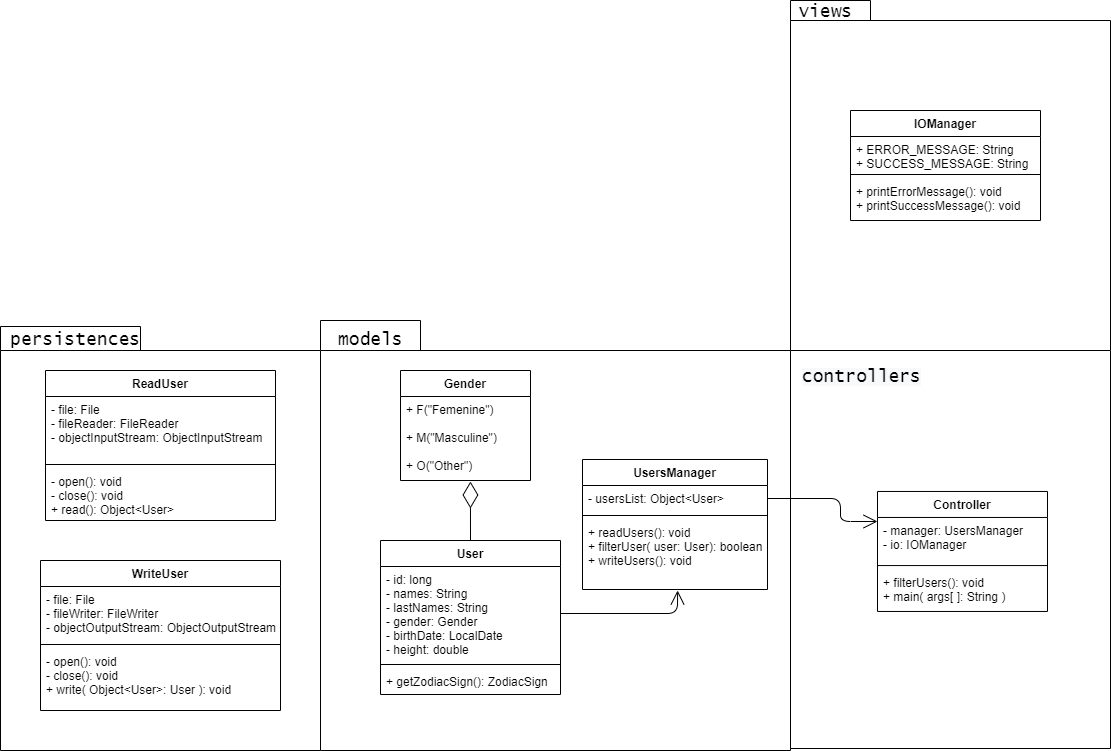
DIER10/CSVReader keeps this draw.io diagram as Diagrams/CSVReader_UML.png. Above is the earlier version. Source tidied: cells renumbered, new cells last; positions are measured from the earlier drawing's top-left corner, leaving out a move shared by most shapes. Source of this version:
```xml
<mxGraphModel>
  <root>
    <mxCell id="0" />
    <mxCell id="1" parent="0" />
    <mxCell id="2" style="group;" parent="1" vertex="1">
      <mxGeometry x="320" y="320" width="470" height="430" as="geometry" />
    </mxCell>
    <mxCell id="3" style="shape=folder;fontStyle=1;spacingTop=10;tabWidth=100;tabHeight=30;tabPosition=left;html=1;" parent="2" vertex="1">
      <mxGeometry width="470" height="430" as="geometry" />
    </mxCell>
    <mxCell id="4" value="&lt;span style=&quot;font-family: &amp;#34;lucida console&amp;#34; ; font-size: 18px&quot;&gt;models&lt;/span&gt;" style="text;html=1;align=center;verticalAlign=middle;strokeColor=none;" parent="2" vertex="1">
      <mxGeometry x="10" y="10" width="80" height="20" as="geometry" />
    </mxCell>
    <mxCell id="5" value="User" style="swimlane;fontStyle=1;align=center;verticalAlign=top;horizontal=1;startSize=26;" parent="2" vertex="1">
      <mxGeometry x="60" y="220" width="180" height="154" as="geometry" />
    </mxCell>
    <mxCell id="6" value="- id: long&#10;- names: String&#10;- lastNames: String&#10;- gender: Gender&#10;- birthDate: LocalDate&#10;- height: double" style="text;strokeColor=none;fillColor=none;align=left;verticalAlign=top;spacingLeft=4;spacingRight=4;overflow=hidden;points=[[0,0.5],[1,0.5]];portConstraint=eastwest;" parent="5" vertex="1">
      <mxGeometry y="26" width="180" height="94" as="geometry" />
    </mxCell>
    <mxCell id="7" style="line;strokeWidth=1;fillColor=none;align=left;verticalAlign=middle;spacingTop=-1;spacingLeft=3;spacingRight=3;labelPosition=right;" parent="5" vertex="1">
      <mxGeometry y="120" width="180" height="8" as="geometry" />
    </mxCell>
    <mxCell id="8" value="+ getZodiacSign(): ZodiacSign" style="text;strokeColor=none;fillColor=none;align=left;verticalAlign=top;spacingLeft=4;spacingRight=4;overflow=hidden;" parent="5" vertex="1">
      <mxGeometry y="128" width="180" height="26" as="geometry" />
    </mxCell>
    <mxCell id="9" value="Gender" style="swimlane;fontStyle=1;align=center;verticalAlign=top;horizontal=1;startSize=26;" parent="2" vertex="1">
      <mxGeometry x="80" y="50" width="130" height="110" as="geometry" />
    </mxCell>
    <mxCell id="10" value="+ F(&quot;Femenine&quot;)&#10;&#10;+ M(&quot;Masculine&quot;)&#10;&#10;+ O(&quot;Other&quot;)" style="text;strokeColor=none;fillColor=none;align=left;verticalAlign=top;spacingLeft=4;spacingRight=4;overflow=hidden;points=[[0,0.5],[1,0.5]];portConstraint=eastwest;" parent="9" vertex="1">
      <mxGeometry y="26" width="130" height="84" as="geometry" />
    </mxCell>
    <mxCell id="11" style="endArrow=diamondThin;endFill=0;endSize=24;html=1;entryX=0.538;entryY=1.012;entryDx=0;entryDy=0;entryPerimeter=0;exitX=0.5;exitY=0;exitDx=0;exitDy=0;" parent="2" edge="1" source="5" target="10">
      <mxGeometry relative="1" as="geometry" />
    </mxCell>
    <mxCell id="12" value="UsersManager" style="swimlane;fontStyle=1;align=center;verticalAlign=top;horizontal=1;startSize=26;" parent="2" vertex="1">
      <mxGeometry x="262" y="139" width="185" height="130" as="geometry" />
    </mxCell>
    <mxCell id="13" value="- usersList: Object&lt;User&gt;" style="text;strokeColor=none;fillColor=none;align=left;verticalAlign=top;spacingLeft=4;spacingRight=4;overflow=hidden;points=[[0,0.5],[1,0.5]];portConstraint=eastwest;" parent="12" vertex="1">
      <mxGeometry y="26" width="185" height="26" as="geometry" />
    </mxCell>
    <mxCell id="14" style="line;strokeWidth=1;fillColor=none;align=left;verticalAlign=middle;spacingTop=-1;spacingLeft=3;spacingRight=3;labelPosition=right;" parent="12" vertex="1">
      <mxGeometry y="52" width="185" height="8" as="geometry" />
    </mxCell>
    <mxCell id="15" value="+ readUsers(): void&#10;+ filterUser( user: User): boolean&#10;+ writeUsers(): void" style="text;strokeColor=none;fillColor=none;align=left;verticalAlign=top;spacingLeft=4;spacingRight=4;overflow=hidden;points=[[0,0.5],[1,0.5]];portConstraint=eastwest;" parent="12" vertex="1">
      <mxGeometry y="60" width="185" height="70" as="geometry" />
    </mxCell>
    <mxCell id="16" style="endArrow=open;endFill=1;endSize=12;html=1;entryX=0.514;entryY=1.014;entryDx=0;entryDy=0;entryPerimeter=0;exitX=1;exitY=0.5;exitDx=0;exitDy=0;" parent="2" edge="1" source="6" target="15">
      <mxGeometry relative="1" as="geometry">
        <Array as="points">
          <mxPoint x="357" y="293" />
        </Array>
      </mxGeometry>
    </mxCell>
    <mxCell id="17" style="group;" parent="1" vertex="1">
      <mxGeometry y="326" width="320" height="424" as="geometry" />
    </mxCell>
    <mxCell id="18" style="shape=folder;fontStyle=1;spacingTop=10;tabWidth=140;tabHeight=24;tabPosition=left;html=1;" parent="17" vertex="1">
      <mxGeometry width="320" height="424" as="geometry" />
    </mxCell>
    <mxCell id="19" value="&lt;font face=&quot;lucida console&quot;&gt;&lt;span style=&quot;font-size: 18px&quot;&gt;persistences&lt;/span&gt;&lt;/font&gt;" style="text;html=1;align=center;verticalAlign=middle;strokeColor=none;" parent="17" vertex="1">
      <mxGeometry y="4" width="150" height="20" as="geometry" />
    </mxCell>
    <mxCell id="20" value="ReadUser" style="swimlane;fontStyle=1;align=center;verticalAlign=top;horizontal=1;startSize=26;" parent="17" vertex="1">
      <mxGeometry x="45" y="44" width="230" height="150" as="geometry" />
    </mxCell>
    <mxCell id="21" value="- file: File&#10;- fileReader: FileReader&#10;- objectInputStream: ObjectInputStream" style="text;strokeColor=none;fillColor=none;align=left;verticalAlign=top;spacingLeft=4;spacingRight=4;overflow=hidden;" parent="20" vertex="1">
      <mxGeometry y="26" width="230" height="64" as="geometry" />
    </mxCell>
    <mxCell id="22" style="line;strokeWidth=1;fillColor=none;align=left;verticalAlign=middle;spacingTop=-1;spacingLeft=3;spacingRight=3;labelPosition=right;" parent="20" vertex="1">
      <mxGeometry y="90" width="230" height="8" as="geometry" />
    </mxCell>
    <mxCell id="23" value="- open(): void&#10;- close(): void&#10;+ read(): Object&lt;User&gt;" style="text;strokeColor=none;fillColor=none;align=left;verticalAlign=top;spacingLeft=4;spacingRight=4;overflow=hidden;" parent="20" vertex="1">
      <mxGeometry y="98" width="230" height="52" as="geometry" />
    </mxCell>
    <mxCell id="24" value="WriteUser" style="swimlane;fontStyle=1;align=center;verticalAlign=top;horizontal=1;startSize=26;" parent="17" vertex="1">
      <mxGeometry x="40" y="234" width="240" height="150" as="geometry" />
    </mxCell>
    <mxCell id="25" value="- file: File&#10;- fileWriter: FileWriter&#10;- objectOutputStream: ObjectOutputStream" style="text;strokeColor=none;fillColor=none;align=left;verticalAlign=top;spacingLeft=4;spacingRight=4;overflow=hidden;" parent="24" vertex="1">
      <mxGeometry y="26" width="240" height="54" as="geometry" />
    </mxCell>
    <mxCell id="26" style="line;strokeWidth=1;fillColor=none;align=left;verticalAlign=middle;spacingTop=-1;spacingLeft=3;spacingRight=3;labelPosition=right;" parent="24" vertex="1">
      <mxGeometry y="80" width="240" height="8" as="geometry" />
    </mxCell>
    <mxCell id="27" value="- open(): void&#10;- close(): void&#10;+ write( Object&lt;User&gt;: User ): void" style="text;strokeColor=none;fillColor=none;align=left;verticalAlign=top;spacingLeft=4;spacingRight=4;overflow=hidden;" parent="24" vertex="1">
      <mxGeometry y="88" width="240" height="62" as="geometry" />
    </mxCell>
    <mxCell id="28" style="group;" parent="1" vertex="1">
      <mxGeometry x="790" y="322" width="320" height="426" as="geometry" />
    </mxCell>
    <mxCell id="29" style="shape=folder;fontStyle=1;spacingTop=10;tabWidth=130;tabHeight=24;tabPosition=left;html=1;" parent="28" vertex="1">
      <mxGeometry y="2" width="320" height="424" as="geometry" />
    </mxCell>
    <mxCell id="30" value="Controller" style="swimlane;fontStyle=1;align=center;verticalAlign=top;horizontal=1;startSize=26;" parent="28" vertex="1">
      <mxGeometry x="87" y="169" width="170" height="120" as="geometry" />
    </mxCell>
    <mxCell id="31" value="- manager: UsersManager&#10;- io: IOManager" style="text;strokeColor=none;fillColor=none;align=left;verticalAlign=top;spacingLeft=4;spacingRight=4;overflow=hidden;" parent="30" vertex="1">
      <mxGeometry y="26" width="170" height="44" as="geometry" />
    </mxCell>
    <mxCell id="32" style="line;strokeWidth=1;fillColor=none;align=left;verticalAlign=middle;spacingTop=-1;spacingLeft=3;spacingRight=3;labelPosition=right;" parent="30" vertex="1">
      <mxGeometry y="70" width="170" height="8.2" as="geometry" />
    </mxCell>
    <mxCell id="33" value="+ filterUsers(): void&#10;+ main( args[ ]: String )" style="text;strokeColor=none;fillColor=none;align=left;verticalAlign=top;spacingLeft=4;spacingRight=4;overflow=hidden;" parent="30" vertex="1">
      <mxGeometry y="78.2" width="170" height="41.8" as="geometry" />
    </mxCell>
    <mxCell id="34" value="&lt;span style=&quot;color: rgb(0 , 0 , 0) ; font-family: &amp;quot;lucida console&amp;quot; ; font-size: 18px ; font-style: normal ; font-weight: 400 ; letter-spacing: normal ; text-align: center ; text-indent: 0px ; text-transform: none ; word-spacing: 0px ; background-color: rgb(248 , 249 , 250) ; display: inline ; float: none&quot;&gt;controllers&lt;/span&gt;" style="text;whiteSpace=wrap;html=1;fontStyle=0;" parent="28" vertex="1">
      <mxGeometry x="10" y="38" width="90" height="30.7" as="geometry" />
    </mxCell>
    <mxCell id="35" style="endArrow=open;endFill=1;endSize=12;html=1;entryX=0;entryY=-0.154;entryDx=0;entryDy=0;entryPerimeter=0;exitX=1;exitY=0.5;exitDx=0;exitDy=0;" parent="1" edge="1" source="13">
      <mxGeometry relative="1" as="geometry">
        <mxPoint x="877" y="521" as="targetPoint" />
        <Array as="points">
          <mxPoint x="840" y="498" />
          <mxPoint x="840" y="521" />
        </Array>
      </mxGeometry>
    </mxCell>
    <mxCell id="36" style="group;" parent="1" vertex="1">
      <mxGeometry x="790" width="320" height="350" as="geometry" />
    </mxCell>
    <mxCell id="37" style="shape=folder;fontStyle=1;spacingTop=10;tabWidth=80;tabHeight=20;tabPosition=left;html=1;" parent="36" vertex="1">
      <mxGeometry width="320" height="350" as="geometry" />
    </mxCell>
    <mxCell id="38" value="&lt;span style=&quot;font-family: &amp;#34;lucida console&amp;#34; ; font-size: 18px&quot;&gt;views&lt;/span&gt;" style="text;html=1;align=center;verticalAlign=middle;strokeColor=none;" parent="36" vertex="1">
      <mxGeometry y="2" width="70" height="20" as="geometry" />
    </mxCell>
    <mxCell id="39" value="IOManager" style="swimlane;fontStyle=1;align=center;verticalAlign=top;horizontal=1;startSize=26;" parent="36" vertex="1">
      <mxGeometry x="60" y="110" width="190" height="110" as="geometry" />
    </mxCell>
    <mxCell id="40" value="+ ERROR_MESSAGE: String&#10;+ SUCCESS_MESSAGE: String" style="text;strokeColor=none;fillColor=none;align=left;verticalAlign=top;spacingLeft=4;spacingRight=4;overflow=hidden;" parent="39" vertex="1">
      <mxGeometry y="26" width="190" height="34" as="geometry" />
    </mxCell>
    <mxCell id="41" style="line;strokeWidth=1;fillColor=none;align=left;verticalAlign=middle;spacingTop=-1;spacingLeft=3;spacingRight=3;labelPosition=right;" parent="39" vertex="1">
      <mxGeometry y="60" width="190" height="8" as="geometry" />
    </mxCell>
    <mxCell id="42" value="+ printErrorMessage(): void&#10;+ printSuccessMessage(): void" style="text;strokeColor=none;fillColor=none;align=left;verticalAlign=top;spacingLeft=4;spacingRight=4;overflow=hidden;" parent="39" vertex="1">
      <mxGeometry y="68" width="190" height="42" as="geometry" />
    </mxCell>
  </root>
</mxGraphModel>
```
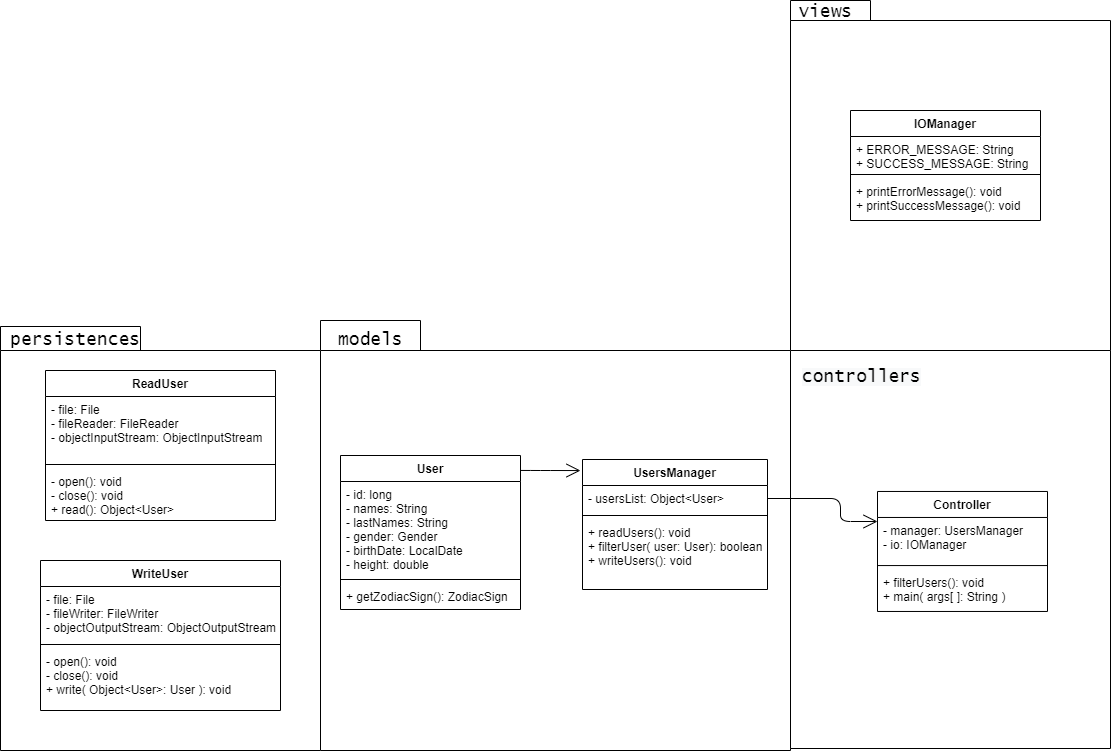
Later version of the same file.

The edit, as a diff of the source:
```diff
@@ -12,7 +12,7 @@
       <mxGeometry x="10" y="10" width="80" height="20" as="geometry" />
     </mxCell>
     <mxCell id="5" value="User" style="swimlane;fontStyle=1;align=center;verticalAlign=top;horizontal=1;startSize=26;" parent="2" vertex="1">
-      <mxGeometry x="60" y="220" width="180" height="154" as="geometry" />
+      <mxGeometry x="20" y="135" width="180" height="154" as="geometry" />
     </mxCell>
     <mxCell id="6" value="- id: long&#10;- names: String&#10;- lastNames: String&#10;- gender: Gender&#10;- birthDate: LocalDate&#10;- height: double" style="text;strokeColor=none;fillColor=none;align=left;verticalAlign=top;spacingLeft=4;spacingRight=4;overflow=hidden;points=[[0,0.5],[1,0.5]];portConstraint=eastwest;" parent="5" vertex="1">
       <mxGeometry y="26" width="180" height="94" as="geometry" />
@@ -23,15 +23,6 @@
     <mxCell id="8" value="+ getZodiacSign(): ZodiacSign" style="text;strokeColor=none;fillColor=none;align=left;verticalAlign=top;spacingLeft=4;spacingRight=4;overflow=hidden;" parent="5" vertex="1">
       <mxGeometry y="128" width="180" height="26" as="geometry" />
     </mxCell>
-    <mxCell id="9" value="Gender" style="swimlane;fontStyle=1;align=center;verticalAlign=top;horizontal=1;startSize=26;" parent="2" vertex="1">
-      <mxGeometry x="80" y="50" width="130" height="110" as="geometry" />
-    </mxCell>
-    <mxCell id="10" value="+ F(&quot;Femenine&quot;)&#10;&#10;+ M(&quot;Masculine&quot;)&#10;&#10;+ O(&quot;Other&quot;)" style="text;strokeColor=none;fillColor=none;align=left;verticalAlign=top;spacingLeft=4;spacingRight=4;overflow=hidden;points=[[0,0.5],[1,0.5]];portConstraint=eastwest;" parent="9" vertex="1">
-      <mxGeometry y="26" width="130" height="84" as="geometry" />
-    </mxCell>
-    <mxCell id="11" style="endArrow=diamondThin;endFill=0;endSize=24;html=1;entryX=0.538;entryY=1.012;entryDx=0;entryDy=0;entryPerimeter=0;exitX=0.5;exitY=0;exitDx=0;exitDy=0;" parent="2" edge="1" source="5" target="10">
-      <mxGeometry relative="1" as="geometry" />
-    </mxCell>
     <mxCell id="12" value="UsersManager" style="swimlane;fontStyle=1;align=center;verticalAlign=top;horizontal=1;startSize=26;" parent="2" vertex="1">
       <mxGeometry x="262" y="139" width="185" height="130" as="geometry" />
     </mxCell>
@@ -44,10 +35,10 @@
     <mxCell id="15" value="+ readUsers(): void&#10;+ filterUser( user: User): boolean&#10;+ writeUsers(): void" style="text;strokeColor=none;fillColor=none;align=left;verticalAlign=top;spacingLeft=4;spacingRight=4;overflow=hidden;points=[[0,0.5],[1,0.5]];portConstraint=eastwest;" parent="12" vertex="1">
       <mxGeometry y="60" width="185" height="70" as="geometry" />
     </mxCell>
-    <mxCell id="16" style="endArrow=open;endFill=1;endSize=12;html=1;entryX=0.514;entryY=1.014;entryDx=0;entryDy=0;entryPerimeter=0;exitX=1;exitY=0.5;exitDx=0;exitDy=0;" parent="2" edge="1" source="6" target="15">
+    <mxCell id="16" style="endArrow=open;endFill=1;endSize=12;html=1;entryX=-0.011;entryY=0.085;entryDx=0;entryDy=0;entryPerimeter=0;exitX=1;exitY=0.097;exitDx=0;exitDy=0;exitPerimeter=0;" parent="2" edge="1" source="5" target="12">
       <mxGeometry relative="1" as="geometry">
         <Array as="points">
-          <mxPoint x="357" y="293" />
+          <mxPoint x="220" y="150" />
         </Array>
       </mxGeometry>
     </mxCell>
```
